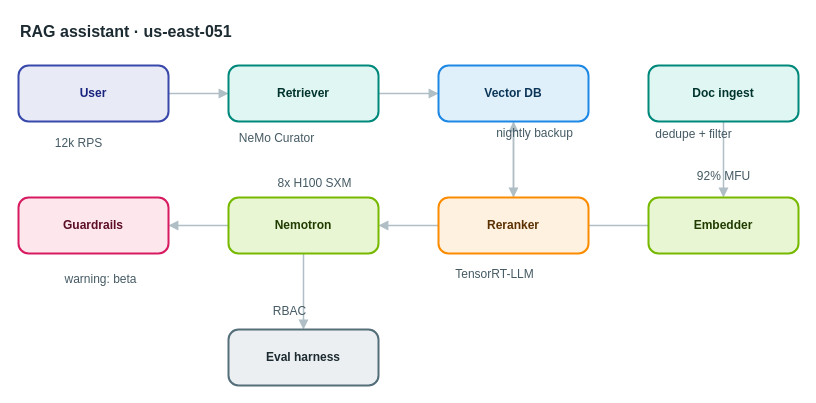
AryanG01/open-apprentice keeps this draw.io diagram as apps/web/public/samples/library/051-rag-assistant.drawio. Above is the earlier version. Source tidied: cells renumbered, new cells numbered last; positions are measured from the earlier drawing's top-left corner, leaving out a move shared by most shapes. Both pictures are drawn from the tidied source at 100%, with x=0, y=0 at pixel (18, 17).
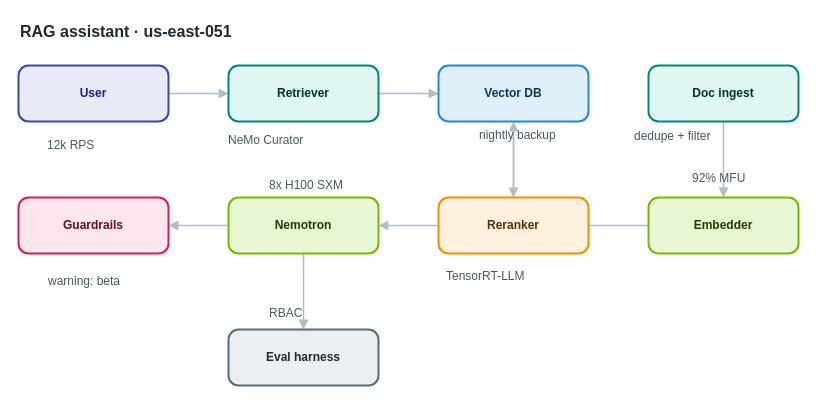
The same page after the edit.

What changed in the source:
```diff
@@
-    <mxCell id="20" value="12k RPS" style="text;html=1;align=center;verticalAlign=middle;whiteSpace=nowrap;strokeColor=none;fillColor=none;fontSize=12;fontColor=#455a64;" parent="1" vertex="1">
+    <mxCell id="20" value="12k RPS" style="text;html=1;align=left;verticalAlign=top;whiteSpace=nowrap;spacing=0;spacingTop=0;strokeColor=none;fillColor=none;fontSize=12;fontColor=#455a64;" parent="1" vertex="1">
       <mxGeometry x="29" y="116" width="61" height="20" as="geometry" />
     </mxCell>
-    <mxCell id="21" value="NeMo Curator" style="text;html=1;align=center;verticalAlign=middle;whiteSpace=nowrap;strokeColor=none;fillColor=none;fontSize=12;fontColor=#455a64;" parent="1" vertex="1">
+    <mxCell id="21" value="NeMo Curator" style="text;html=1;align=left;verticalAlign=top;whiteSpace=nowrap;spacing=0;spacingTop=0;strokeColor=none;fillColor=none;fontSize=12;fontColor=#455a64;" parent="1" vertex="1">
       <mxGeometry x="210" y="111" width="96" height="20" as="geometry" />
     </mxCell>
-    <mxCell id="22" value="nightly backup" style="text;html=1;align=center;verticalAlign=middle;whiteSpace=nowrap;strokeColor=none;fillColor=none;fontSize=12;fontColor=#455a64;" parent="1" vertex="1">
+    <mxCell id="22" value="nightly backup" style="text;html=1;align=left;verticalAlign=top;whiteSpace=nowrap;spacing=0;spacingTop=0;strokeColor=none;fillColor=none;fontSize=12;fontColor=#455a64;" parent="1" vertex="1">
       <mxGeometry x="461" y="106" width="110" height="20" as="geometry" />
     </mxCell>
-    <mxCell id="23" value="TensorRT-LLM" style="text;html=1;align=center;verticalAlign=middle;whiteSpace=nowrap;strokeColor=none;fillColor=none;fontSize=12;fontColor=#455a64;" parent="1" vertex="1">
+    <mxCell id="23" value="TensorRT-LLM" style="text;html=1;align=left;verticalAlign=top;whiteSpace=nowrap;spacing=0;spacingTop=0;strokeColor=none;fillColor=none;fontSize=12;fontColor=#455a64;" parent="1" vertex="1">
       <mxGeometry x="428" y="247" width="96" height="20" as="geometry" />
     </mxCell>
-    <mxCell id="24" value="8x H100 SXM" style="text;html=1;align=center;verticalAlign=middle;whiteSpace=nowrap;strokeColor=none;fillColor=none;fontSize=12;fontColor=#455a64;" parent="1" vertex="1">
+    <mxCell id="24" value="8x H100 SXM" style="text;html=1;align=left;verticalAlign=top;whiteSpace=nowrap;spacing=0;spacingTop=0;strokeColor=none;fillColor=none;fontSize=12;fontColor=#455a64;" parent="1" vertex="1">
       <mxGeometry x="251" y="156" width="89" height="20" as="geometry" />
     </mxCell>
-    <mxCell id="25" value="warning: beta" style="text;html=1;align=center;verticalAlign=middle;whiteSpace=nowrap;strokeColor=none;fillColor=none;fontSize=12;fontColor=#455a64;" parent="1" vertex="1">
+    <mxCell id="25" value="warning: beta" style="text;html=1;align=left;verticalAlign=top;whiteSpace=nowrap;spacing=0;spacingTop=0;strokeColor=none;fillColor=none;fontSize=12;fontColor=#455a64;" parent="1" vertex="1">
       <mxGeometry x="30" y="252" width="103" height="20" as="geometry" />
     </mxCell>
-    <mxCell id="26" value="dedupe + filter" style="text;html=1;align=center;verticalAlign=middle;whiteSpace=nowrap;strokeColor=none;fillColor=none;fontSize=12;fontColor=#455a64;" parent="1" vertex="1">
+    <mxCell id="26" value="dedupe + filter" style="text;html=1;align=left;verticalAlign=top;whiteSpace=nowrap;spacing=0;spacingTop=0;strokeColor=none;fillColor=none;fontSize=12;fontColor=#455a64;" parent="1" vertex="1">
       <mxGeometry x="616" y="107" width="117" height="20" as="geometry" />
     </mxCell>
-    <mxCell id="27" value="92% MFU" style="text;html=1;align=center;verticalAlign=middle;whiteSpace=nowrap;strokeColor=none;fillColor=none;fontSize=12;fontColor=#455a64;" parent="1" vertex="1">
+    <mxCell id="27" value="92% MFU" style="text;html=1;align=left;verticalAlign=top;whiteSpace=nowrap;spacing=0;spacingTop=0;strokeColor=none;fillColor=none;fontSize=12;fontColor=#455a64;" parent="1" vertex="1">
       <mxGeometry x="674" y="149" width="61" height="20" as="geometry" />
     </mxCell>
-    <mxCell id="28" value="RBAC" style="text;html=1;align=center;verticalAlign=middle;whiteSpace=nowrap;strokeColor=none;fillColor=none;fontSize=12;fontColor=#455a64;" parent="1" vertex="1">
+    <mxCell id="28" value="RBAC" style="text;html=1;align=left;verticalAlign=top;whiteSpace=nowrap;spacing=0;spacingTop=0;strokeColor=none;fillColor=none;fontSize=12;fontColor=#455a64;" parent="1" vertex="1">
       <mxGeometry x="251" y="284" width="40" height="20" as="geometry" />
     </mxCell>
```
